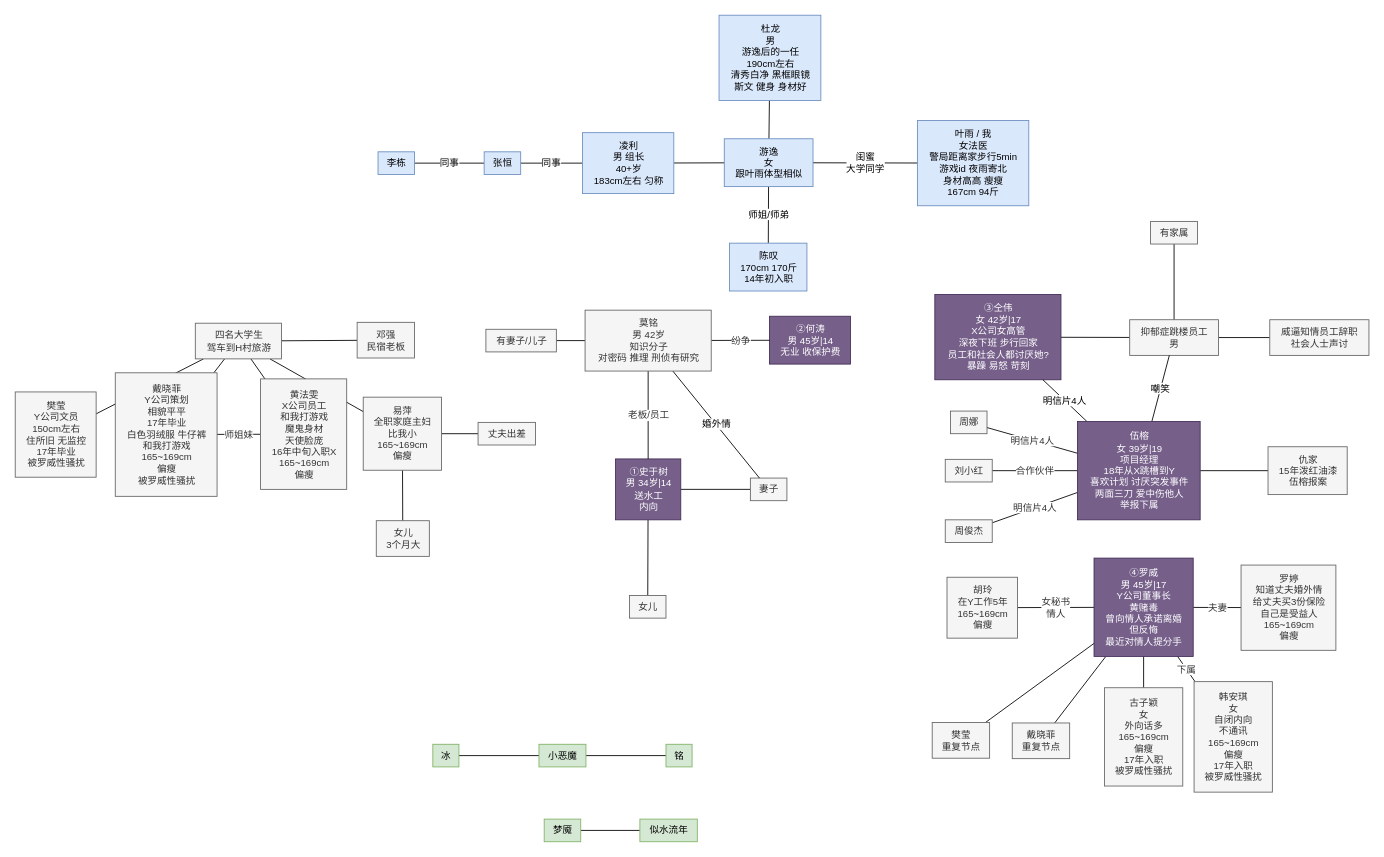
Earlier version of the draw.io diagram page "5301" (12 of 12) of 剧本杀人物关系【总图】.drawio (luboq/draw.io). Source tidied: cells renumbered, new cells numbered last; positions are measured from the earlier drawing's top-left corner, leaving out a move shared by most shapes. Both pictures are drawn from the tidied source at 87%, with x=0, y=0 at pixel (15, 15).
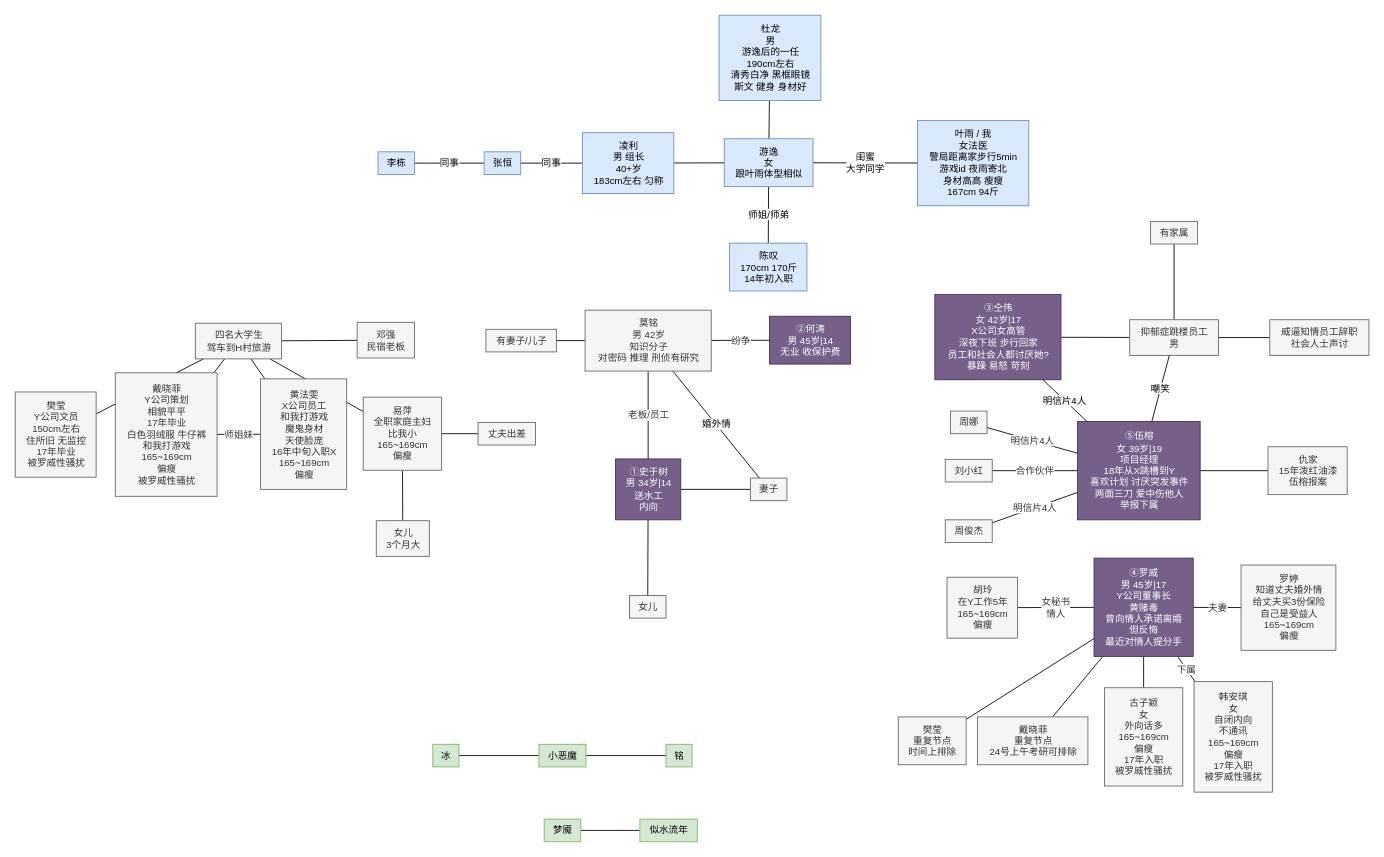
Above is the later version.

Commit message:
更新剧本杀人物关系【总图】.drawio

The edit, as a diff of the source:
```diff
@@
-    <mxCell id="66" value="伍榕&lt;br&gt;女 39岁|19&lt;br&gt;项目经理&lt;br&gt;18年从X跳槽到Y&lt;br&gt;喜欢计划 讨厌突发事件&lt;br&gt;两面三刀 爱中伤他人&lt;br&gt;举报下属" style="text;html=1;align=center;verticalAlign=middle;points=[];strokeColor=#432D57;fillColor=#76608a;fontSize=11;fontFamily=Helvetica;fontColor=#ffffff;" parent="1" vertex="1">
+    <mxCell id="66" value="⑤伍榕&lt;br&gt;女 39岁|19&lt;br&gt;项目经理&lt;br&gt;18年从X跳槽到Y&lt;br&gt;喜欢计划 讨厌突发事件&lt;br&gt;两面三刀 爱中伤他人&lt;br&gt;举报下属" style="text;html=1;align=center;verticalAlign=middle;points=[];strokeColor=#432D57;fillColor=#76608a;fontSize=11;fontFamily=Helvetica;fontColor=#ffffff;" parent="1" vertex="1">
       <mxGeometry x="1221" y="467" width="141" height="113" as="geometry" />
     </mxCell>
@@
-    <mxCell id="80" value="樊莹&lt;br&gt;重复节点" style="text;html=1;align=center;verticalAlign=middle;points=[];strokeColor=#666666;fillColor=#f5f5f5;fontSize=11;fontFamily=Helvetica;fontColor=#333333;" parent="1" vertex="1">
-      <mxGeometry x="1054" y="813" width="66" height="41" as="geometry" />
+    <mxCell id="80" value="樊莹&lt;br&gt;重复节点&lt;br&gt;时间上排除" style="text;html=1;align=center;verticalAlign=middle;points=[];strokeColor=#666666;fillColor=#f5f5f5;fontSize=11;fontFamily=Helvetica;fontColor=#333333;" parent="1" vertex="1">
+      <mxGeometry x="1015" y="806.5" width="78" height="55" as="geometry" />
     </mxCell>
-    <mxCell id="81" value="戴晓菲&lt;br&gt;重复节点" style="text;html=1;align=center;verticalAlign=middle;points=[];strokeColor=#666666;fillColor=#f5f5f5;fontSize=11;fontFamily=Helvetica;fontColor=#333333;" parent="1" vertex="1">
-      <mxGeometry x="1146" y="813.5" width="66" height="41" as="geometry" />
+    <mxCell id="81" value="戴晓菲&lt;br&gt;重复节点&lt;br&gt;24号上午考研可排除" style="text;html=1;align=center;verticalAlign=middle;points=[];strokeColor=#666666;fillColor=#f5f5f5;fontSize=11;fontFamily=Helvetica;fontColor=#333333;" parent="1" vertex="1">
+      <mxGeometry x="1106" y="806.5" width="127" height="55" as="geometry" />
     </mxCell>
```
